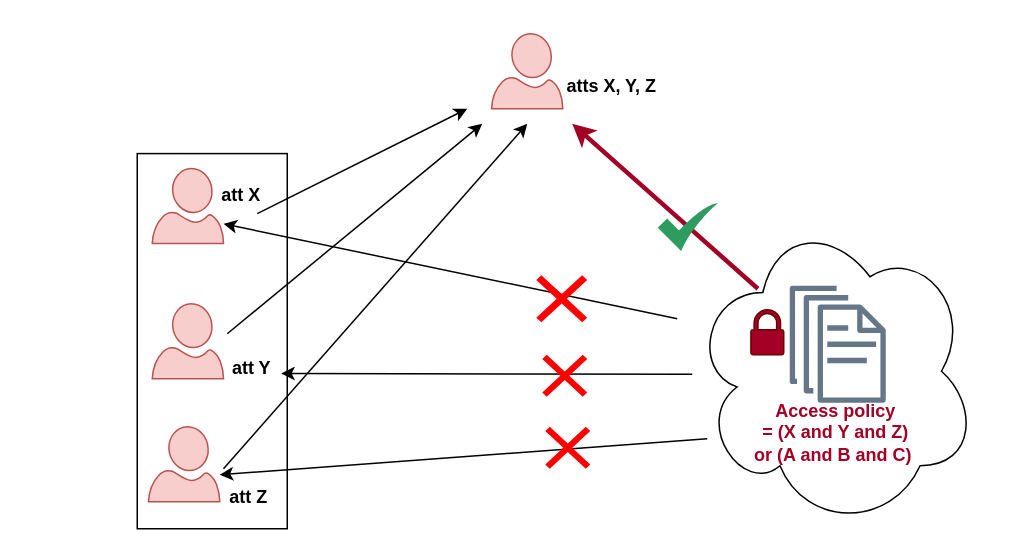
Above: AttackABE.drawio in huyle84/diagrams (draw.io), before the change. Source tidied: cells renumbered, new cells numbered last; positions are measured from the earlier drawing's top-left corner, leaving out a move shared by most shapes. Both pictures are drawn from the tidied source at 150%, with x=0, y=0 at pixel (136, 33).
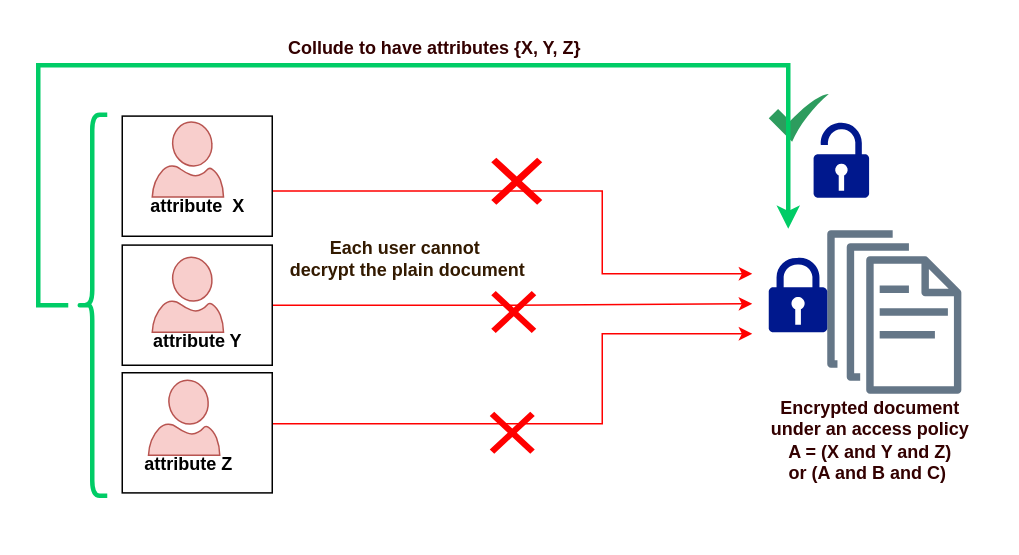
After the change.

What changed in the source:
```diff
@@
+    <mxCell id="26" style="edgeStyle=orthogonalEdgeStyle;rounded=0;jettySize=auto;html=1;strokeColor=#FF0000;" parent="1" edge="1" source="27">
+      <mxGeometry relative="1" as="geometry">
+        <mxPoint x="410" y="200" as="targetPoint" />
+        <Array as="points">
+          <mxPoint x="310" y="260" />
+          <mxPoint x="310" y="200" />
+          <mxPoint x="410" y="200" />
+        </Array>
+      </mxGeometry>
+    </mxCell>
+    <mxCell id="27" style="rounded=0;whiteSpace=wrap;html=1;" parent="1" vertex="1">
+      <mxGeometry x="-10" y="226" width="100" height="80.1" as="geometry" />
+    </mxCell>
+    <mxCell id="28" style="edgeStyle=orthogonalEdgeStyle;rounded=0;jettySize=auto;html=1;strokeColor=#FF0000;" parent="1" edge="1" source="29">
+      <mxGeometry relative="1" as="geometry">
+        <mxPoint x="410" y="180" as="targetPoint" />
+      </mxGeometry>
+    </mxCell>
+    <mxCell id="29" style="rounded=0;whiteSpace=wrap;html=1;" parent="1" vertex="1">
+      <mxGeometry x="-10" y="140.9" width="100" height="80.1" as="geometry" />
+    </mxCell>
+    <mxCell id="30" style="edgeStyle=orthogonalEdgeStyle;rounded=0;orthogonalLoop=1;jettySize=auto;html=1;strokeColor=#FF0000;" parent="1" edge="1">
+      <mxGeometry relative="1" as="geometry">
+        <mxPoint x="90" y="104.9" as="sourcePoint" />
+        <mxPoint x="410" y="160" as="targetPoint" />
+        <Array as="points">
+          <mxPoint x="310" y="105" />
+          <mxPoint x="310" y="160" />
+        </Array>
+      </mxGeometry>
+    </mxCell>
     <mxCell id="2" style="rounded=0;whiteSpace=wrap;html=1;" parent="1" vertex="1">
-      <mxGeometry y="79.9" width="100" height="250.1" as="geometry" />
+      <mxGeometry x="-10" y="54.9" width="100" height="80.1" as="geometry" />
     </mxCell>
-    <mxCell id="3" style="ellipse;shape=cloud;whiteSpace=wrap;html=1;" parent="1" vertex="1">
-      <mxGeometry x="369.4" y="120" width="190.6" height="210" as="geometry" />
-    </mxCell>
     <mxCell id="4" style="verticalLabelPosition=bottom;html=1;verticalAlign=top;align=center;strokeColor=#b85450;fillColor=#f8cecc;shape=mxgraph.azure.user;" parent="1" vertex="1">
-      <mxGeometry x="10" y="89.9" width="47.5" height="50" as="geometry" />
+      <mxGeometry x="10" y="58.9" width="47.5" height="50" as="geometry" />
     </mxCell>
     <mxCell id="5" style="verticalLabelPosition=bottom;html=1;verticalAlign=top;align=center;strokeColor=#b85450;fillColor=#f8cecc;shape=mxgraph.azure.user;" parent="1" vertex="1">
-      <mxGeometry x="10" y="180" width="47.5" height="50" as="geometry" />
+      <mxGeometry x="10" y="149" width="47.5" height="50" as="geometry" />
     </mxCell>
     <mxCell id="6" style="verticalLabelPosition=bottom;html=1;verticalAlign=top;align=center;strokeColor=#b85450;fillColor=#f8cecc;shape=mxgraph.azure.user;" parent="1" vertex="1">
-      <mxGeometry x="7.5" y="262" width="47.5" height="50" as="geometry" />
+      <mxGeometry x="7.5" y="231" width="47.5" height="50" as="geometry" />
     </mxCell>
     <mxCell id="7" style="sketch=0;dashed=0;verticalLabelPosition=bottom;verticalAlign=top;align=center;html=1;fontSize=12;fontStyle=0;shape=mxgraph.aws4.documents;fillColor=#647687;strokeColor=#314354;fontColor=#ffffff;" parent="1" vertex="1">
-      <mxGeometry x="435" y="168" width="64" height="78" as="geometry" />
+      <mxGeometry x="460" y="131" width="89.4" height="109" as="geometry" />
     </mxCell>
-    <mxCell id="8" value="&lt;b&gt;&lt;font color=&quot;#a20025&quot;&gt;Access policy&amp;nbsp;&lt;/font&gt;&lt;/b&gt;&lt;div&gt;&lt;b&gt;&lt;font color=&quot;#a20025&quot;&gt;= (X and Y and Z)&amp;nbsp;&lt;/font&gt;&lt;/b&gt;&lt;/div&gt;&lt;div&gt;&lt;b&gt;&lt;font color=&quot;#a20025&quot;&gt;or (A and B and C) &amp;nbsp;&lt;/font&gt;&lt;/b&gt;&lt;/div&gt;" style="text;html=1;align=center;verticalAlign=middle;strokeColor=none;fillColor=none;" parent="1" vertex="1">
-      <mxGeometry x="397" y="236" width="140" height="60" as="geometry" />
+    <mxCell id="8" value="&lt;b&gt;&lt;font style=&quot;color: rgb(51, 0, 0);&quot;&gt;Encrypted document&amp;nbsp;&lt;/font&gt;&lt;/b&gt;&lt;div&gt;&lt;b&gt;&lt;font style=&quot;color: rgb(51, 0, 0);&quot;&gt;under an access policy&amp;nbsp;&lt;/font&gt;&lt;/b&gt;&lt;div&gt;&lt;b&gt;&lt;font style=&quot;color: rgb(51, 0, 0);&quot;&gt;A = (X and Y and Z)&amp;nbsp;&lt;/font&gt;&lt;/b&gt;&lt;/div&gt;&lt;div&gt;&lt;b&gt;&lt;font style=&quot;color: rgb(51, 0, 0);&quot;&gt;or (A and B and C) &amp;nbsp;&lt;/font&gt;&lt;/b&gt;&lt;/div&gt;&lt;/div&gt;" style="text;html=1;align=center;verticalAlign=middle;strokeColor=none;fillColor=none;" parent="1" vertex="1">
+      <mxGeometry x="410" y="236.1" width="160" height="70" as="geometry" />
     </mxCell>
-    <mxCell id="9" value="att X" style="text;html=1;align=center;verticalAlign=middle;points=[];strokeColor=none;fillColor=none;fontStyle=1;" parent="1" vertex="1">
-      <mxGeometry x="44" y="92.9" width="50" height="30" as="geometry" />
+    <mxCell id="9" value="attribute &amp;nbsp;X" style="text;html=1;align=center;verticalAlign=middle;points=[];strokeColor=none;fillColor=none;fontStyle=1;" parent="1" vertex="1">
+      <mxGeometry y="100" width="80" height="30" as="geometry" />
     </mxCell>
-    <mxCell id="10" value="att Y" style="text;html=1;align=center;verticalAlign=middle;strokeColor=none;fillColor=none;fontStyle=1;" parent="1" vertex="1">
-      <mxGeometry x="51" y="208" width="50" height="30" as="geometry" />
+    <mxCell id="10" value="attribute Y" style="text;html=1;align=center;verticalAlign=middle;strokeColor=none;fillColor=none;fontStyle=1;" parent="1" vertex="1">
+      <mxGeometry y="190" width="80" height="30" as="geometry" />
     </mxCell>
-    <mxCell id="11" value="att Z" style="text;html=1;align=center;verticalAlign=middle;strokeColor=none;fillColor=none;fontStyle=1;" parent="1" vertex="1">
-      <mxGeometry x="49" y="294" width="50" height="30" as="geometry" />
+    <mxCell id="11" value="attribute Z" style="text;html=1;align=center;verticalAlign=middle;strokeColor=none;fillColor=none;fontStyle=1;" parent="1" vertex="1">
+      <mxGeometry x="-6.2" y="271.9" width="80" height="30" as="geometry" />
     </mxCell>
-    <mxCell id="12" style="sketch=0;shadow=0;dashed=0;html=1;strokeColor=#6F0000;labelPosition=center;verticalLabelPosition=bottom;verticalAlign=top;align=center;shape=mxgraph.office.security.lock_protected;fillColor=#a20025;fontColor=#ffffff;" parent="1" vertex="1">
-      <mxGeometry x="409.1" y="184" width="21.9" height="30" as="geometry" />
-    </mxCell>
-    <mxCell id="13" style="endArrow=classic;html=1;rounded=0;strokeWidth=3;strokeColor=#A20025;" parent="1" edge="1">
-      <mxGeometry relative="1" as="geometry">
-        <mxPoint x="413.8" y="170" as="sourcePoint" />
-        <mxPoint x="290" y="60" as="targetPoint" />
-      </mxGeometry>
-    </mxCell>
-    <mxCell id="14" style="endArrow=classic;html=1;rounded=0;" parent="1" edge="1">
-      <mxGeometry relative="1" as="geometry">
-        <mxPoint x="380" y="270" as="sourcePoint" />
-        <mxPoint x="55" y="294" as="targetPoint" />
-      </mxGeometry>
-    </mxCell>
     <mxCell id="15" style="shape=mxgraph.mockup.markup.redX;fillColor=#ff0000;html=1;shadow=0;whiteSpace=wrap;strokeColor=none;" parent="1" vertex="1">
-      <mxGeometry x="272" y="262" width="30" height="28" as="geometry" />
+      <mxGeometry x="235" y="252" width="30" height="28" as="geometry" />
     </mxCell>
     <mxCell id="16" style="sketch=0;html=1;strokeColor=none;shadow=0;align=center;fillColor=#2D9C5E;verticalAlign=top;labelPosition=center;verticalLabelPosition=bottom;shape=mxgraph.gcp2.check;" parent="1" vertex="1">
-      <mxGeometry x="347" y="112.9" width="40" height="32" as="geometry" />
+      <mxGeometry x="421" y="40" width="40" height="32" as="geometry" />
     </mxCell>
-    <mxCell id="17" style="endArrow=classic;html=1;rounded=0;" parent="1" edge="1">
-      <mxGeometry relative="1" as="geometry">
-        <mxPoint x="360" y="190" as="sourcePoint" />
-        <mxPoint x="57.5" y="126.7" as="targetPoint" />
-      </mxGeometry>
-    </mxCell>
     <mxCell id="18" style="shape=mxgraph.mockup.markup.redX;fillColor=#ff0000;html=1;shadow=0;whiteSpace=wrap;strokeColor=none;" parent="1" vertex="1">
-      <mxGeometry x="266" y="161" width="34" height="31.4" as="geometry" />
+      <mxGeometry x="236" y="82.6" width="34" height="31.4" as="geometry" />
     </mxCell>
-    <mxCell id="19" style="verticalLabelPosition=bottom;html=1;verticalAlign=top;align=center;strokeColor=#b85450;fillColor=#f8cecc;shape=mxgraph.azure.user;" parent="1" vertex="1">
-      <mxGeometry x="236.2" width="47.5" height="50" as="geometry" />
-    </mxCell>
-    <mxCell id="20" value="atts X, Y, Z" style="text;html=1;align=center;verticalAlign=middle;strokeColor=none;fillColor=none;fontStyle=1;" parent="1" vertex="1">
-      <mxGeometry x="276" y="20" width="80" height="30" as="geometry" />
-    </mxCell>
-    <mxCell id="21" style="endArrow=classic;html=1;rounded=0;" parent="1" edge="1">
-      <mxGeometry relative="1" as="geometry">
-        <mxPoint x="370" y="227" as="sourcePoint" />
-        <mxPoint x="96" y="226.5" as="targetPoint" />
-      </mxGeometry>
-    </mxCell>
     <mxCell id="22" style="shape=mxgraph.mockup.markup.redX;fillColor=#ff0000;html=1;shadow=0;whiteSpace=wrap;strokeColor=none;" parent="1" vertex="1">
-      <mxGeometry x="270" y="214" width="30" height="28" as="geometry" />
+      <mxGeometry x="236" y="171.5" width="30" height="28" as="geometry" />
     </mxCell>
-    <mxCell id="23" style="endArrow=classic;html=1;rounded=0;" parent="1" edge="1">
-      <mxGeometry relative="1" as="geometry">
-        <mxPoint x="60" y="200" as="sourcePoint" />
-        <mxPoint x="230" y="60" as="targetPoint" />
-      </mxGeometry>
-    </mxCell>
-    <mxCell id="24" style="endArrow=classic;html=1;rounded=0;" parent="1" edge="1">
-      <mxGeometry relative="1" as="geometry">
-        <mxPoint x="57.5" y="290" as="sourcePoint" />
-        <mxPoint x="260" y="60" as="targetPoint" />
-      </mxGeometry>
-    </mxCell>
-    <mxCell id="25" style="endArrow=classic;html=1;rounded=0;exitX=0.72;exitY=0.902;exitDx=0;exitDy=0;exitPerimeter=0;" parent="1" edge="1" source="9">
-      <mxGeometry relative="1" as="geometry">
-        <mxPoint x="220" y="50" as="targetPoint" />
-      </mxGeometry>
-    </mxCell>
+    <mxCell id="31" style="edgeStyle=orthogonalEdgeStyle;rounded=0;orthogonalLoop=1;jettySize=auto;html=1;strokeWidth=3;strokeColor=#00CC66;" parent="1" edge="1">
+      <mxGeometry relative="1" as="geometry">
+        <mxPoint x="-46" y="181" as="sourcePoint" />
+        <mxPoint x="434" y="130" as="targetPoint" />
+        <Array as="points">
+          <mxPoint x="-66" y="181" />
+          <mxPoint x="-66" y="21" />
+        </Array>
+      </mxGeometry>
+    </mxCell>
+    <mxCell id="32" style="shape=curlyBracket;whiteSpace=wrap;html=1;rounded=1;labelPosition=left;verticalLabelPosition=middle;align=right;verticalAlign=middle;strokeWidth=3;strokeColor=#00CC66;" parent="1" vertex="1">
+      <mxGeometry x="-40" y="54" width="20" height="254" as="geometry" />
+    </mxCell>
+    <mxCell id="33" value="&lt;font&gt;&lt;span style=&quot;caret-color: rgb(162, 0, 37); color: rgb(51, 26, 0);&quot;&gt;&lt;b&gt;Each user cannot&amp;nbsp;&lt;/b&gt;&lt;/span&gt;&lt;/font&gt;&lt;div&gt;&lt;font&gt;&lt;span style=&quot;caret-color: rgb(162, 0, 37); color: rgb(51, 26, 0);&quot;&gt;&lt;b&gt;decrypt the plain document&lt;/b&gt;&lt;/span&gt;&lt;/font&gt;&lt;/div&gt;" style="text;html=1;align=center;verticalAlign=middle;strokeColor=none;fillColor=none;" parent="1" vertex="1">
+      <mxGeometry x="90" y="130" width="180" height="40" as="geometry" />
+    </mxCell>
+    <mxCell id="34" style="sketch=0;shadow=0;dashed=0;html=1;strokeColor=none;labelPosition=center;verticalLabelPosition=bottom;verticalAlign=top;align=center;fillColor=#00188D;shape=mxgraph.mscae.enterprise.lock;" parent="1" vertex="1">
+      <mxGeometry x="421" y="149" width="39" height="50" as="geometry" />
+    </mxCell>
+    <mxCell id="35" style="sketch=0;shadow=0;dashed=0;html=1;strokeColor=none;labelPosition=center;verticalLabelPosition=bottom;verticalAlign=top;align=center;fillColor=#00188D;shape=mxgraph.mscae.enterprise.lock_unlocked;" parent="1" vertex="1">
+      <mxGeometry x="450.9" y="59.3" width="37" height="50" as="geometry" />
+    </mxCell>
+    <mxCell id="36" value="&lt;font&gt;&lt;span style=&quot;caret-color: rgb(162, 0, 37); color: rgb(51, 0, 0);&quot;&gt;&lt;b&gt;Collude to have attributes {X, Y, Z}&lt;/b&gt;&lt;/span&gt;&lt;/font&gt;" style="text;html=1;align=center;verticalAlign=middle;strokeColor=none;fillColor=none;" parent="1" vertex="1">
+      <mxGeometry x="87.5" y="-5" width="220" height="30" as="geometry" />
+    </mxCell>
```
